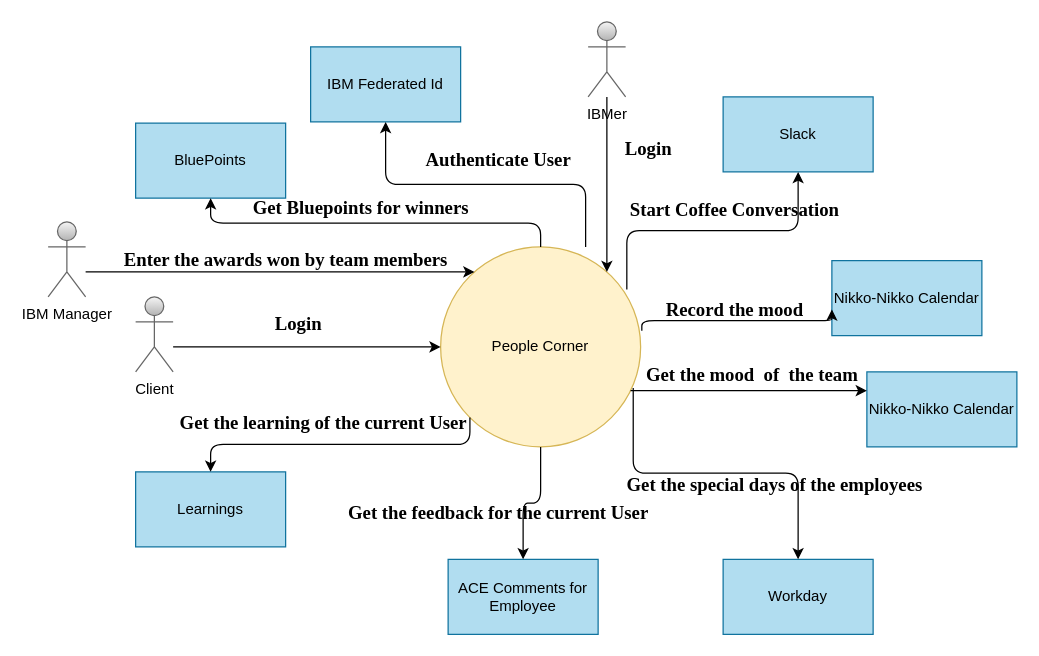
bhagyaravi/knative-ocp-3.11 keeps this draw.io diagram as System_Context.drawio. Above is the earlier version. Source tidied: cells renumbered, new cells numbered last; positions are measured from the earlier drawing's top-left corner, leaving out a move shared by most shapes. Both pictures are drawn from the tidied source at 125%, with x=0, y=0 at pixel (48, 21).
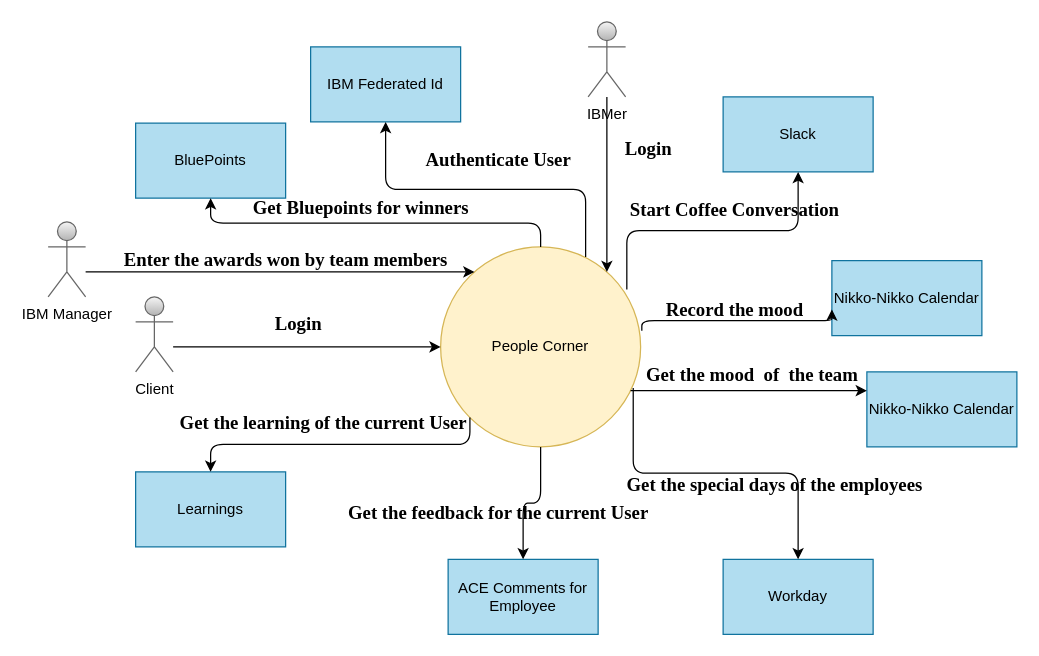
Above is the later version.

Unchanged cells that the change refers to:
```xml
<mxCell id="2" value="People Corner" style="ellipse;whiteSpace=wrap;html=1;fillColor=#fff2cc;strokeColor=#d6b656;" parent="1" vertex="1">
  <mxGeometry x="314" y="180" width="160" height="160" as="geometry" />
</mxCell>
<mxCell id="10" value="IBM Federated Id" style="rounded=0;whiteSpace=wrap;html=1;fillColor=#b1ddf0;strokeColor=#10739e;" parent="1" vertex="1">
  <mxGeometry x="210" y="20" width="120" height="60" as="geometry" />
</mxCell>
```

Change to the diagram source:
```diff
@@
-    <mxCell id="20" style="edgeStyle=elbowEdgeStyle;elbow=vertical;endArrow=classic;html=1;entryX=0.5;entryY=1;entryDx=0;entryDy=0;" parent="1" edge="1" target="10">
-      <mxGeometry relative="1" as="geometry">
-        <mxPoint x="430" y="180" as="sourcePoint" />
-      </mxGeometry>
+    <mxCell id="20" style="edgeStyle=elbowEdgeStyle;elbow=vertical;endArrow=classic;html=1;entryX=0.5;entryY=1;entryDx=0;entryDy=0;exitX=0.725;exitY=0.05;exitDx=0;exitDy=0;exitPerimeter=0;" parent="1" edge="1" source="2" target="10">
+      <mxGeometry relative="1" as="geometry" />
     </mxCell>
```
